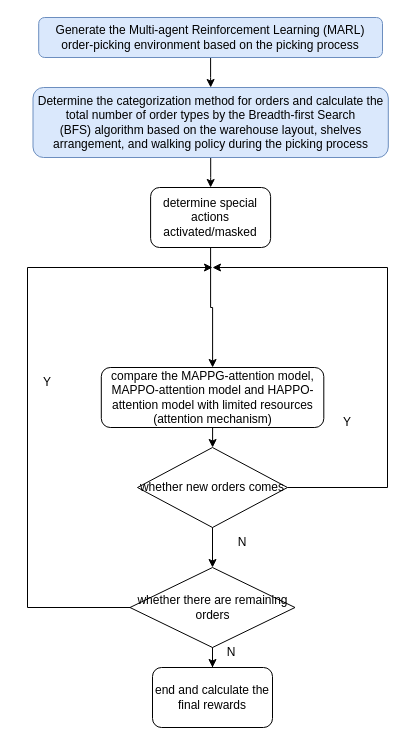
Before: 未命名绘图.drawio in xfl11/xfliu, a draw.io diagram. Source tidied: cells renumbered, new cells numbered last; positions are measured from the earlier drawing's top-left corner, leaving out a move shared by most shapes. Both pictures are drawn from the tidied source at 100%, with x=0, y=0 at pixel (17, 17).
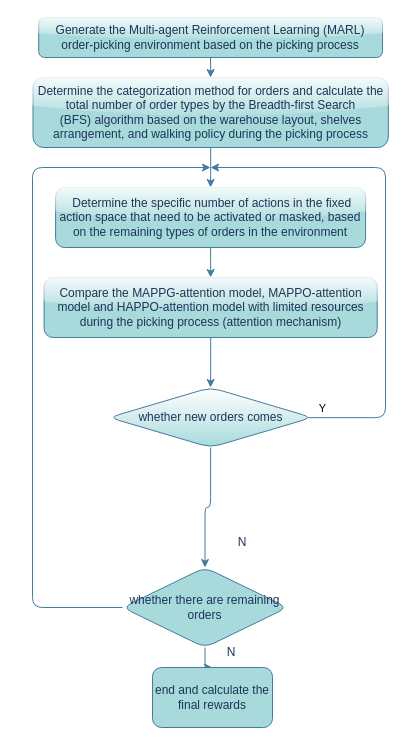
Above is the later version.

Commit message:
更新未命名绘图.drawio

Diff of the diagram source:
```diff
@@
-    <mxCell id="2" style="edgeStyle=orthogonalEdgeStyle;rounded=0;jettySize=auto;html=1;" parent="1" edge="1" source="3" target="5">
+    <mxCell id="2" style="edgeStyle=orthogonalEdgeStyle;rounded=1;jettySize=auto;html=1;labelBackgroundColor=none;strokeColor=#457B9D;fontColor=default;" parent="1" edge="1" source="3" target="5">
       <mxGeometry relative="1" as="geometry" />
     </mxCell>
-    <mxCell id="3" value="Determine the categorization method for orders and calculate the total number of order types by the Breadth-first Search (BFS)&amp;nbsp;algorithm based on the warehouse layout, shelves arrangement, and walking policy during the picking process" style="rounded=1;whiteSpace=wrap;html=1;fillColor=#dae8fc;strokeColor=#6c8ebf;" parent="1" vertex="1">
-      <mxGeometry x="15.5" y="70" width="355.3" height="70" as="geometry" />
+    <mxCell id="3" value="Determine the categorization method for orders and calculate the total number of order types by the Breadth-first Search (BFS)&amp;nbsp;algorithm based on the warehouse layout, shelves arrangement, and walking policy during the picking process" style="rounded=1;whiteSpace=wrap;html=1;fillColor=#A8DADC;strokeColor=#457B9D;labelBackgroundColor=none;fontColor=#1D3557;glass=1;" parent="1" vertex="1">
+      <mxGeometry x="15.5" y="60" width="355.3" height="70" as="geometry" />
     </mxCell>
-    <mxCell id="4" style="edgeStyle=orthogonalEdgeStyle;rounded=0;jettySize=auto;html=1;" parent="1" edge="1" source="5" target="7">
+    <mxCell id="4" style="edgeStyle=orthogonalEdgeStyle;rounded=1;jettySize=auto;html=1;labelBackgroundColor=none;strokeColor=#457B9D;fontColor=default;" parent="1" edge="1" source="5" target="7">
       <mxGeometry relative="1" as="geometry" />
     </mxCell>
-    <mxCell id="5" value="determine special actions activated/masked" style="rounded=1;whiteSpace=wrap;html=1;" parent="1" vertex="1">
-      <mxGeometry x="133.1" y="170" width="120" height="60" as="geometry" />
+    <mxCell id="5" value="&amp;nbsp;Determine the specific number of actions in the fixed action space that need to be activated or masked, based on the remaining types of orders in the environment" style="rounded=1;whiteSpace=wrap;html=1;labelBackgroundColor=none;fillColor=#A8DADC;strokeColor=#457B9D;fontColor=#1D3557;glass=1;" parent="1" vertex="1">
+      <mxGeometry x="38.1" y="170" width="310" height="60" as="geometry" />
     </mxCell>
-    <mxCell id="6" style="edgeStyle=orthogonalEdgeStyle;rounded=0;jettySize=auto;html=1;" parent="1" edge="1" source="7" target="10">
+    <mxCell id="6" style="edgeStyle=orthogonalEdgeStyle;rounded=1;jettySize=auto;html=1;labelBackgroundColor=none;strokeColor=#457B9D;fontColor=default;" parent="1" edge="1" source="7" target="10">
       <mxGeometry relative="1" as="geometry" />
     </mxCell>
-    <mxCell id="7" value="compare the MAPPG-attention model, MAPPO-attention model and HAPPO-attention model with limited resources (attention mechanism)" style="rounded=1;whiteSpace=wrap;html=1;" parent="1" vertex="1">
-      <mxGeometry x="83.8" y="350" width="222.5" height="60" as="geometry" />
+    <mxCell id="7" value="Compare the MAPPG-attention model, MAPPO-attention model and HAPPO-attention model with limited resources during the picking process (attention mechanism)" style="rounded=1;whiteSpace=wrap;html=1;labelBackgroundColor=none;fillColor=#A8DADC;strokeColor=#457B9D;fontColor=#1D3557;glass=1;" parent="1" vertex="1">
+      <mxGeometry x="26.6" y="260" width="333.1" height="60" as="geometry" />
     </mxCell>
-    <mxCell id="8" style="edgeStyle=orthogonalEdgeStyle;rounded=0;jettySize=auto;html=1;exitX=1;exitY=0.5;exitDx=0;exitDy=0;" parent="1" edge="1" source="10">
+    <mxCell id="8" style="edgeStyle=orthogonalEdgeStyle;rounded=1;jettySize=auto;html=1;exitX=0.95;exitY=0.503;exitDx=0;exitDy=0;labelBackgroundColor=none;strokeColor=#457B9D;fontColor=default;exitPerimeter=0;" parent="1" edge="1" source="10">
       <mxGeometry relative="1" as="geometry">
-        <mxPoint x="195" y="250" as="targetPoint" />
+        <mxPoint x="193" y="150" as="targetPoint" />
         <Array as="points">
-          <mxPoint x="370" y="470" />
-          <mxPoint x="370" y="250" />
+          <mxPoint x="368" y="400" />
+          <mxPoint x="368" y="150" />
         </Array>
       </mxGeometry>
     </mxCell>
+    <mxCell id="22" value="Y" style="edgeLabel;html=1;align=center;verticalAlign=middle;rounded=1;" parent="8" vertex="1">
+      <mxGeometry x="0.41" y="2" relative="1" as="geometry">
+        <mxPoint x="-38" y="238" as="offset" />
+      </mxGeometry>
+    </mxCell>
-    <mxCell id="9" style="edgeStyle=orthogonalEdgeStyle;rounded=0;jettySize=auto;html=1;" parent="1" edge="1" source="16" target="11">
+    <mxCell id="9" style="edgeStyle=orthogonalEdgeStyle;rounded=1;jettySize=auto;html=1;labelBackgroundColor=none;strokeColor=#457B9D;fontColor=default;" parent="1" edge="1" source="16" target="11">
       <mxGeometry relative="1" as="geometry" />
     </mxCell>
-    <mxCell id="10" value="whether new orders comes" style="rhombus;whiteSpace=wrap;html=1;" parent="1" vertex="1">
-      <mxGeometry x="120" y="430" width="150" height="80" as="geometry" />
+    <mxCell id="10" value="whether new orders comes" style="rhombus;whiteSpace=wrap;html=1;labelBackgroundColor=none;fillColor=#A8DADC;strokeColor=#457B9D;fontColor=#1D3557;rounded=1;shadow=0;gradientColor=#ffffff;gradientDirection=north;" parent="1" vertex="1">
+      <mxGeometry x="91.6" y="370" width="203.1" height="60" as="geometry" />
     </mxCell>
-    <mxCell id="11" value="end and calculate the final rewards" style="rounded=1;whiteSpace=wrap;html=1;" parent="1" vertex="1">
+    <mxCell id="11" value="end and calculate the final rewards" style="rounded=1;whiteSpace=wrap;html=1;labelBackgroundColor=none;fillColor=#A8DADC;strokeColor=#457B9D;fontColor=#1D3557;" parent="1" vertex="1">
       <mxGeometry x="135" y="650" width="120" height="60" as="geometry" />
     </mxCell>
-    <mxCell id="12" value="Y" style="text;html=1;strokeColor=none;fillColor=none;align=center;verticalAlign=middle;whiteSpace=wrap;rounded=0;" parent="1" vertex="1">
-      <mxGeometry x="300" y="390" width="60" height="30" as="geometry" />
-    </mxCell>
-    <mxCell id="13" value="N" style="text;html=1;strokeColor=none;fillColor=none;align=center;verticalAlign=middle;whiteSpace=wrap;rounded=0;" parent="1" vertex="1">
+    <mxCell id="13" value="N" style="text;html=1;strokeColor=none;fillColor=none;align=center;verticalAlign=middle;whiteSpace=wrap;rounded=1;labelBackgroundColor=none;fontColor=#1D3557;" parent="1" vertex="1">
       <mxGeometry x="184" y="620" width="60" height="30" as="geometry" />
     </mxCell>
-    <mxCell id="14" style="edgeStyle=orthogonalEdgeStyle;rounded=0;jettySize=auto;html=1;" parent="1" edge="1" source="10" target="16">
+    <mxCell id="14" style="edgeStyle=orthogonalEdgeStyle;rounded=1;jettySize=auto;html=1;labelBackgroundColor=none;strokeColor=#457B9D;fontColor=default;" parent="1" edge="1" source="10" target="16">
       <mxGeometry relative="1" as="geometry" />
     </mxCell>
-    <mxCell id="15" style="edgeStyle=orthogonalEdgeStyle;rounded=0;jettySize=auto;html=1;exitX=0;exitY=0.5;exitDx=0;exitDy=0;" parent="1" edge="1" source="16">
+    <mxCell id="15" style="edgeStyle=orthogonalEdgeStyle;rounded=1;jettySize=auto;html=1;exitX=0;exitY=0.5;exitDx=0;exitDy=0;labelBackgroundColor=none;strokeColor=#457B9D;fontColor=default;" parent="1" edge="1" source="16">
       <mxGeometry relative="1" as="geometry">
-        <mxPoint x="195" y="250" as="targetPoint" />
+        <mxPoint x="193" y="150" as="targetPoint" />
         <Array as="points">
-          <mxPoint x="10" y="590" />
-          <mxPoint x="10" y="250" />
+          <mxPoint x="15" y="590" />
+          <mxPoint x="15" y="150" />
         </Array>
       </mxGeometry>
     </mxCell>
-    <mxCell id="16" value="whether there are remaining orders" style="rhombus;whiteSpace=wrap;html=1;" parent="1" vertex="1">
-      <mxGeometry x="112.5" y="550" width="165" height="80" as="geometry" />
+    <mxCell id="16" value="whether there are remaining orders" style="rhombus;whiteSpace=wrap;html=1;labelBackgroundColor=none;fillColor=#A8DADC;strokeColor=#457B9D;fontColor=#1D3557;rounded=1;" parent="1" vertex="1">
+      <mxGeometry x="105" y="550" width="165" height="80" as="geometry" />
     </mxCell>
-    <mxCell id="17" style="edgeStyle=orthogonalEdgeStyle;rounded=0;orthogonalLoop=1;jettySize=auto;html=1;exitX=0.5;exitY=1;exitDx=0;exitDy=0;" parent="1" edge="1" source="16" target="16">
+    <mxCell id="17" style="edgeStyle=orthogonalEdgeStyle;rounded=1;orthogonalLoop=1;jettySize=auto;html=1;exitX=0.5;exitY=1;exitDx=0;exitDy=0;labelBackgroundColor=none;strokeColor=#457B9D;fontColor=default;" parent="1" edge="1" source="16" target="16">
       <mxGeometry relative="1" as="geometry" />
     </mxCell>
-    <mxCell id="18" value="Y" style="text;html=1;strokeColor=none;fillColor=none;align=center;verticalAlign=middle;whiteSpace=wrap;rounded=0;" parent="1" vertex="1">
-      <mxGeometry y="350" width="60" height="30" as="geometry" />
-    </mxCell>
-    <mxCell id="19" value="N" style="text;html=1;strokeColor=none;fillColor=none;align=center;verticalAlign=middle;whiteSpace=wrap;rounded=0;" parent="1" vertex="1">
+    <mxCell id="19" value="N" style="text;html=1;strokeColor=none;fillColor=none;align=center;verticalAlign=middle;whiteSpace=wrap;rounded=1;labelBackgroundColor=none;fontColor=#1D3557;" parent="1" vertex="1">
       <mxGeometry x="195" y="510" width="60" height="30" as="geometry" />
     </mxCell>
-    <mxCell id="20" style="edgeStyle=orthogonalEdgeStyle;rounded=0;jettySize=auto;html=1;" parent="1" edge="1" source="21" target="3">
+    <mxCell id="20" style="edgeStyle=orthogonalEdgeStyle;rounded=1;jettySize=auto;html=1;strokeColor=#457B9D;labelBackgroundColor=none;fontColor=default;" parent="1" edge="1" source="21" target="3">
       <mxGeometry relative="1" as="geometry" />
     </mxCell>
-    <mxCell id="21" value="Generate the&amp;nbsp;Multi-agent Reinforcement Learning (MARL) order-picking environment based on the picking process" style="rounded=1;whiteSpace=wrap;html=1;fillColor=#DAE8FC;strokeColor=#6c8ebf;" parent="1" vertex="1">
+    <mxCell id="21" value="Generate the&amp;nbsp;Multi-agent Reinforcement Learning (MARL) order-picking environment based on the picking process" style="rounded=1;whiteSpace=wrap;html=1;fillColor=#A8DADC;strokeColor=#457B9D;labelBackgroundColor=none;fontColor=#1D3557;glass=1;" parent="1" vertex="1">
       <mxGeometry x="21.2" width="343.8" height="40" as="geometry" />
     </mxCell>
```
